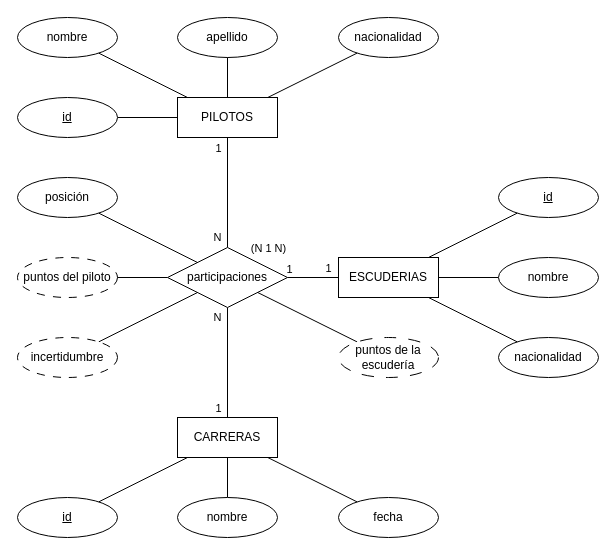
Qv1ko/RacingTracker keeps this draw.io diagram as page "Página-2" (2 of 2) of documents/resources/analysis/diagrama_er.drawio. Above is the earlier version. Source tidied: cells renumbered, new cells numbered last; positions are measured from the earlier drawing's top-left corner, leaving out a move shared by most shapes. Both pictures are drawn from the tidied source at 100%, with x=0, y=0 at pixel (17, 17).
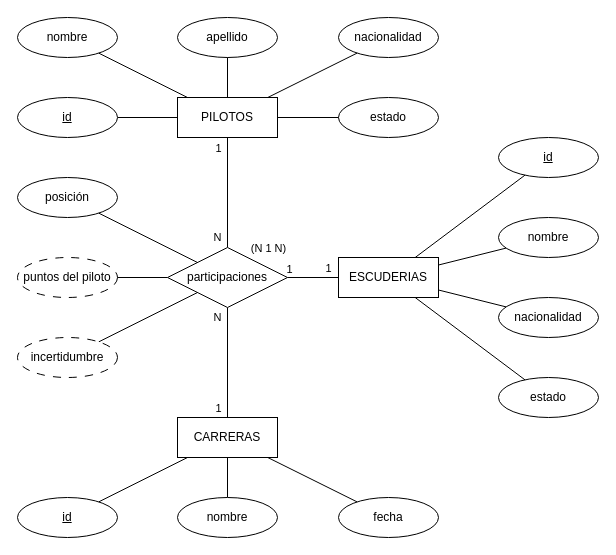
After the change.

The change refers to these unchanged cells:
```xml
<mxCell id="6" value="ESCUDERIAS" style="whiteSpace=wrap;html=1;align=center;" parent="1" vertex="1">
  <mxGeometry x="321" y="240" width="100" height="40" as="geometry" />
</mxCell>
<mxCell id="13" value="PILOTOS" style="whiteSpace=wrap;html=1;align=center;" parent="1" vertex="1">
  <mxGeometry x="160" y="80" width="100" height="40" as="geometry" />
</mxCell>
<mxCell id="20" value="participaciones" style="shape=rhombus;perimeter=rhombusPerimeter;whiteSpace=wrap;html=1;align=center;" parent="1" vertex="1">
  <mxGeometry x="150" y="230" width="120" height="60" as="geometry" />
</mxCell>
```

What changed in the source:
```diff
@@
-    <mxCell id="4" style="rounded=0;jettySize=auto;html=1;endArrow=none;endFill=0;" parent="1" edge="1" source="20" target="23">
-      <mxGeometry relative="1" as="geometry" />
-    </mxCell>
@@
     <mxCell id="21" value="nacionalidad" style="ellipse;whiteSpace=wrap;html=1;align=center;" parent="1" vertex="1">
-      <mxGeometry x="481" y="320" width="100" height="40" as="geometry" />
+      <mxGeometry x="481" y="280" width="100" height="40" as="geometry" />
     </mxCell>
@@
-    <mxCell id="23" value="puntos de la escudería" style="ellipse;whiteSpace=wrap;html=1;align=center;dashed=1;dashPattern=12 12;" parent="1" vertex="1">
-      <mxGeometry x="321" y="320" width="100" height="40" as="geometry" />
-    </mxCell>
     <mxCell id="24" value="nombre" style="ellipse;whiteSpace=wrap;html=1;align=center;" parent="1" vertex="1">
-      <mxGeometry x="481" y="240" width="100" height="40" as="geometry" />
+      <mxGeometry x="481" y="200" width="100" height="40" as="geometry" />
     </mxCell>
@@
     <mxCell id="27" value="id" style="ellipse;whiteSpace=wrap;html=1;align=center;fontStyle=4;" parent="1" vertex="1">
-      <mxGeometry x="481" y="160" width="100" height="40" as="geometry" />
+      <mxGeometry x="481" y="120" width="100" height="40" as="geometry" />
     </mxCell>
@@
+    <mxCell id="42" value="estado" style="ellipse;whiteSpace=wrap;html=1;align=center;" parent="1" vertex="1">
+      <mxGeometry x="321" y="80" width="100" height="40" as="geometry" />
+    </mxCell>
+    <mxCell id="43" style="rounded=0;jettySize=auto;html=1;endArrow=none;endFill=0;" parent="1" edge="1" source="13" target="42">
+      <mxGeometry relative="1" as="geometry" />
+    </mxCell>
+    <mxCell id="44" value="estado" style="ellipse;whiteSpace=wrap;html=1;align=center;" parent="1" vertex="1">
+      <mxGeometry x="481" y="360" width="100" height="40" as="geometry" />
+    </mxCell>
+    <mxCell id="45" style="rounded=0;jettySize=auto;html=1;endArrow=none;endFill=0;" parent="1" edge="1" source="6" target="44">
+      <mxGeometry relative="1" as="geometry" />
+    </mxCell>
```
